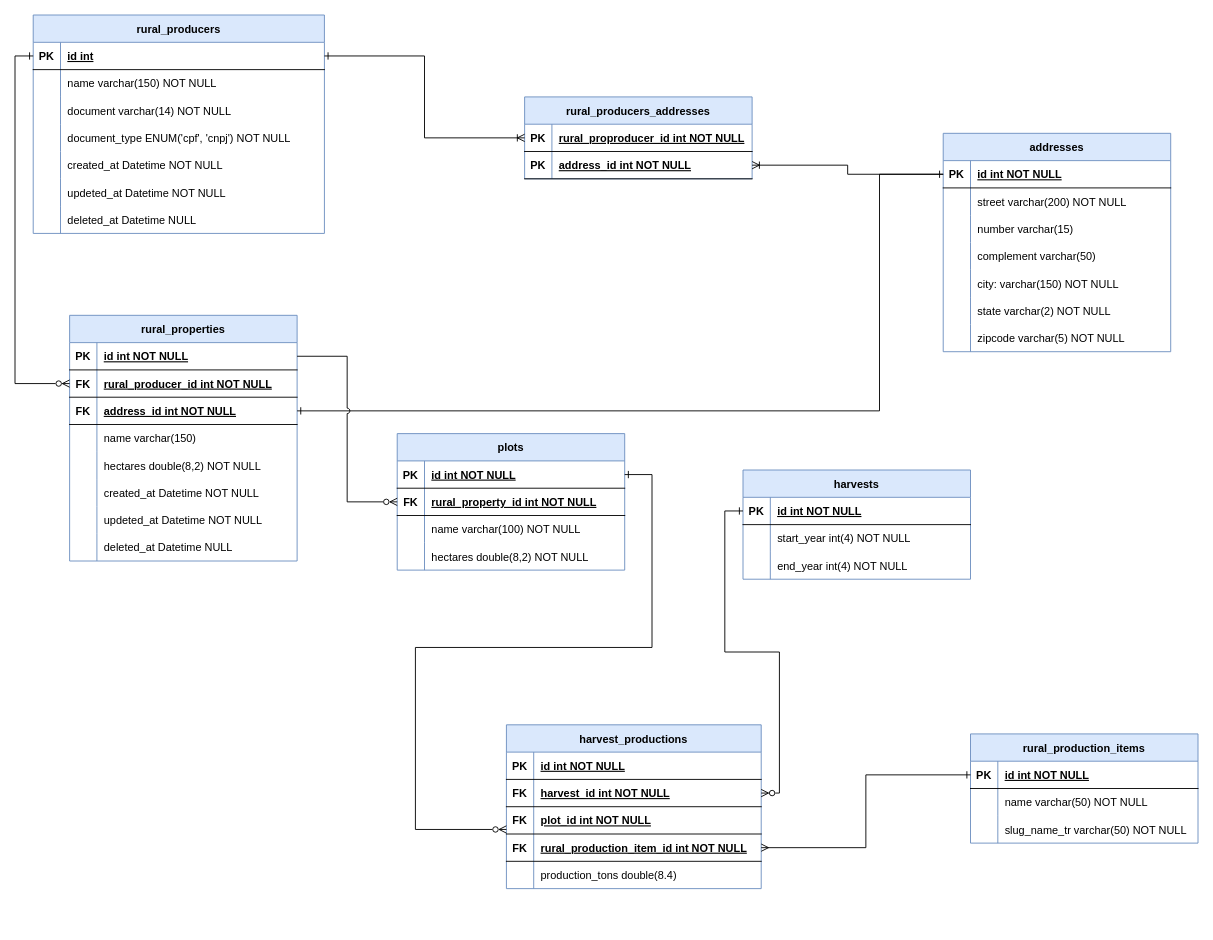
Before: Docs/diagrams.drawio in fernandohcorrea/trabalhe-conosco-verx, a draw.io diagram. Source tidied: cells renumbered, new cells numbered last; positions are measured from the earlier drawing's top-left corner, leaving out a move shared by most shapes. Both pictures are drawn from the tidied source at 91%, with x=0, y=0 at pixel (15, 15).
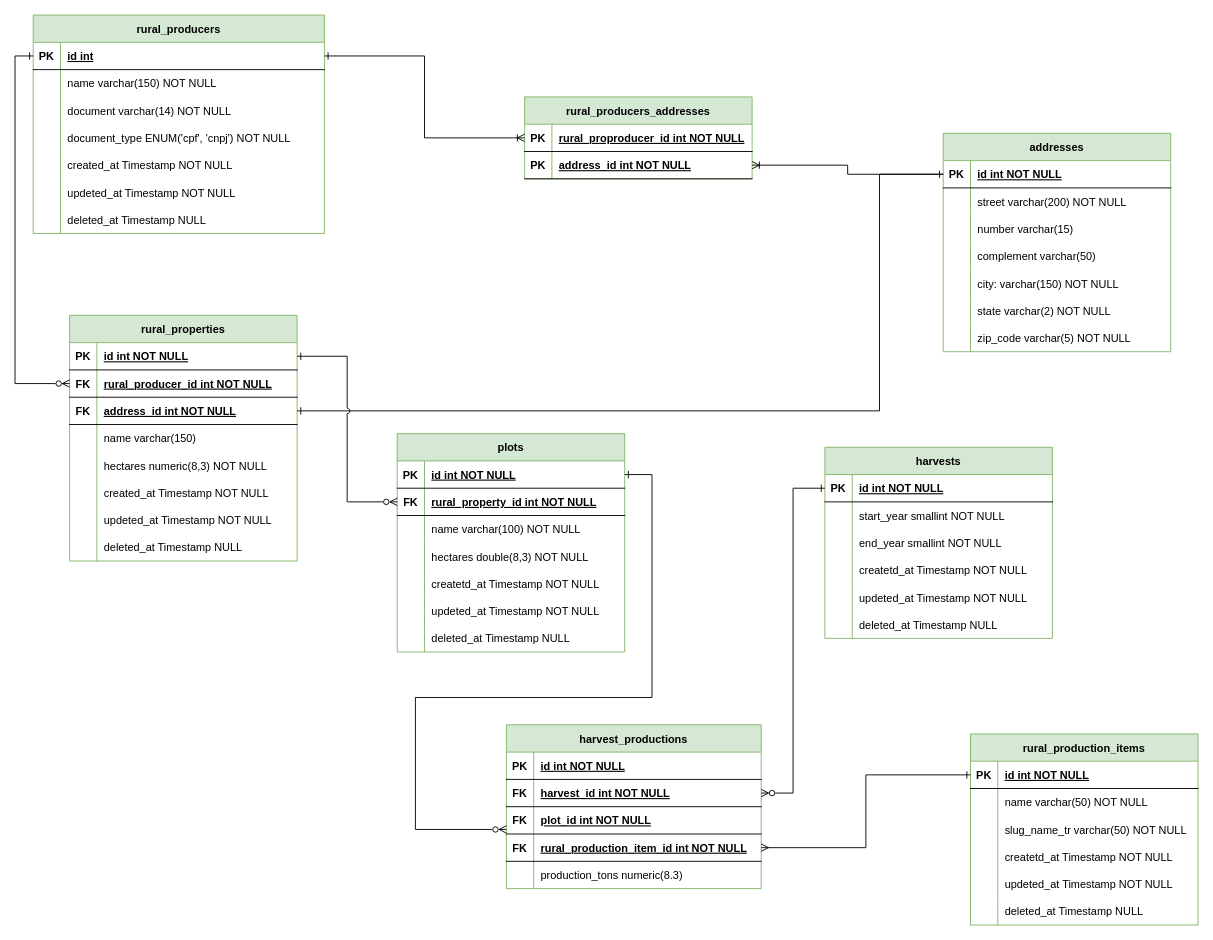
The same page after the edit.

The change refers to these unchanged cells:
```xml
<mxCell id="21" style="shape=partialRectangle;fillColor=none;top=0;left=0;right=0;bottom=0;" parent="2" vertex="1">
  <mxGeometry y="210" width="250" height="30" as="geometry" />
</mxCell>
<mxCell id="25" style="shape=partialRectangle;fillColor=none;points=[[0,0.5],[1,0.5]];portConstraint=eastwest;top=0;left=0;right=0;bottom=1;" parent="24" vertex="1">
  <mxGeometry y="30" width="250" height="30" as="geometry" />
</mxCell>
<mxCell id="37" style="shape=partialRectangle;fillColor=none;top=0;left=0;right=0;bottom=0;" parent="24" vertex="1">
  <mxGeometry y="150" width="250" height="30" as="geometry" />
</mxCell>
<mxCell id="40" style="shape=partialRectangle;fillColor=none;top=0;left=0;right=0;bottom=0;" parent="24" vertex="1">
  <mxGeometry y="180" width="250" height="30" as="geometry" />
</mxCell>
<mxCell id="43" style="shape=partialRectangle;fillColor=none;top=0;left=0;right=0;bottom=0;" parent="24" vertex="1">
  <mxGeometry y="210" width="250" height="30" as="geometry" />
</mxCell>
<mxCell id="46" style="shape=partialRectangle;fillColor=none;top=0;left=0;right=0;bottom=0;" parent="24" vertex="1">
  <mxGeometry y="240" width="250" height="30" as="geometry" />
</mxCell>
<mxCell id="62" style="shape=partialRectangle;fillColor=none;top=0;left=0;right=0;bottom=0;" parent="49" vertex="1">
  <mxGeometry y="150" width="320" height="30" as="geometry" />
</mxCell>
<mxCell id="65" style="shape=partialRectangle;fillColor=none;top=0;left=0;right=0;bottom=0;" parent="49" vertex="1">
  <mxGeometry y="180" width="320" height="30" as="geometry" />
</mxCell>
<mxCell id="68" style="shape=partialRectangle;fillColor=none;top=0;left=0;right=0;bottom=0;" parent="49" vertex="1">
  <mxGeometry y="210" width="320" height="30" as="geometry" />
</mxCell>
<mxCell id="75" style="shape=partialRectangle;fillColor=none;top=0;left=0;right=0;bottom=0;" parent="71" vertex="1">
  <mxGeometry y="60" width="250" height="30" as="geometry" />
</mxCell>
<mxCell id="78" style="shape=partialRectangle;fillColor=none;top=0;left=0;right=0;bottom=0;" parent="71" vertex="1">
  <mxGeometry y="90" width="250" height="30" as="geometry" />
</mxCell>
<mxCell id="93" style="shape=partialRectangle;fillColor=none;points=[[0,0.5],[1,0.5]];portConstraint=eastwest;top=0;left=0;right=0;bottom=1;" parent="92" vertex="1">
  <mxGeometry y="30" width="250" height="30" as="geometry" />
</mxCell>
<mxCell id="96" style="shape=partialRectangle;fillColor=none;points=[[0,0.5],[1,0.5]];portConstraint=eastwest;top=0;left=0;right=0;bottom=1;" parent="92" vertex="1">
  <mxGeometry y="60" width="250" height="30" as="geometry" />
</mxCell>
<mxCell id="102" style="shape=partialRectangle;fillColor=none;top=0;left=0;right=0;bottom=0;" parent="92" vertex="1">
  <mxGeometry y="120" width="250" height="30" as="geometry" />
</mxCell>
<mxCell id="113" style="shape=partialRectangle;fillColor=none;points=[[0,0.5],[1,0.5]];portConstraint=eastwest;top=0;left=0;right=0;bottom=1;" parent="106" vertex="1">
  <mxGeometry y="90" width="280" height="30" as="geometry" />
</mxCell>
<mxCell id="119" style="shape=partialRectangle;fillColor=none;top=0;left=0;right=0;bottom=0;" parent="106" vertex="1">
  <mxGeometry y="150" width="280" height="30" as="geometry" />
</mxCell>
```

What changed in the source:
```diff
@@
-    <mxCell id="2" value="addresses" style="shape=table;startSize=30;childLayout=tableLayout;rowLines=0;fontStyle=1;align=center;fillColor=#dae8fc;strokeColor=#6c8ebf;swimlaneFillColor=default;" parent="1" vertex="1">
+    <mxCell id="2" value="addresses" style="shape=table;startSize=30;childLayout=tableLayout;rowLines=0;fontStyle=1;align=center;fillColor=#d5e8d4;strokeColor=#82b366;swimlaneFillColor=default;" parent="1" vertex="1">
       <mxGeometry x="1020" y="130" width="250" height="240" as="geometry" />
     </mxCell>
@@
-    <mxCell id="23" value="zipcode varchar(5) NOT NULL" style="shape=partialRectangle;overflow=hidden;fillColor=none;top=0;left=0;bottom=0;right=0;align=left;spacingLeft=6;" parent="21" vertex="1">
+    <mxCell id="23" value="zip_code varchar(5) NOT NULL" style="shape=partialRectangle;overflow=hidden;fillColor=none;top=0;left=0;bottom=0;right=0;align=left;spacingLeft=6;" parent="21" vertex="1">
       <mxGeometry x="30" width="220" height="30" as="geometry" />
     </mxCell>
-    <mxCell id="24" value="rural_properties" style="shape=table;startSize=30;childLayout=tableLayout;rowLines=0;fontStyle=1;align=center;fillColor=#dae8fc;strokeColor=#6c8ebf;swimlaneFillColor=default;" parent="1" vertex="1">
+    <mxCell id="24" value="rural_properties" style="shape=table;startSize=30;childLayout=tableLayout;rowLines=0;fontStyle=1;align=center;fillColor=#d5e8d4;strokeColor=#82b366;swimlaneFillColor=default;" parent="1" vertex="1">
       <mxGeometry x="60" y="330" width="250" height="270" as="geometry" />
     </mxCell>
@@
-    <mxCell id="39" value="hectares double(8,2) NOT NULL" style="shape=partialRectangle;overflow=hidden;fillColor=none;top=0;left=0;bottom=0;right=0;align=left;spacingLeft=6;" parent="37" vertex="1">
+    <mxCell id="39" value="hectares numeric(8,3) NOT NULL" style="shape=partialRectangle;overflow=hidden;fillColor=none;top=0;left=0;bottom=0;right=0;align=left;spacingLeft=6;" parent="37" vertex="1">
       <mxGeometry x="30" width="220" height="30" as="geometry" />
     </mxCell>
@@
-    <mxCell id="42" value="created_at Datetime NOT NULL " style="shape=partialRectangle;overflow=hidden;fillColor=none;top=0;left=0;bottom=0;right=0;align=left;spacingLeft=6;" parent="40" vertex="1">
+    <mxCell id="42" value="created_at Timestamp NOT NULL " style="shape=partialRectangle;overflow=hidden;fillColor=none;top=0;left=0;bottom=0;right=0;align=left;spacingLeft=6;" parent="40" vertex="1">
       <mxGeometry x="30" width="220" height="30" as="geometry" />
     </mxCell>
@@
-    <mxCell id="45" value="updeted_at Datetime NOT NULL" style="shape=partialRectangle;overflow=hidden;fillColor=none;top=0;left=0;bottom=0;right=0;align=left;spacingLeft=6;" parent="43" vertex="1">
+    <mxCell id="45" value="updeted_at Timestamp NOT NULL" style="shape=partialRectangle;overflow=hidden;fillColor=none;top=0;left=0;bottom=0;right=0;align=left;spacingLeft=6;" parent="43" vertex="1">
       <mxGeometry x="30" width="220" height="30" as="geometry" />
     </mxCell>
@@
-    <mxCell id="48" value="deleted_at Datetime NULL" style="shape=partialRectangle;overflow=hidden;fillColor=none;top=0;left=0;bottom=0;right=0;align=left;spacingLeft=6;" parent="46" vertex="1">
+    <mxCell id="48" value="deleted_at Timestamp NULL" style="shape=partialRectangle;overflow=hidden;fillColor=none;top=0;left=0;bottom=0;right=0;align=left;spacingLeft=6;" parent="46" vertex="1">
       <mxGeometry x="30" width="220" height="30" as="geometry" />
     </mxCell>
-    <mxCell id="49" value="rural_producers" style="shape=table;startSize=30;childLayout=tableLayout;rowLines=0;fontStyle=1;align=center;fillColor=#dae8fc;strokeColor=#6c8ebf;swimlaneFillColor=default;" parent="1" vertex="1">
+    <mxCell id="49" value="rural_producers" style="shape=table;startSize=30;childLayout=tableLayout;rowLines=0;fontStyle=1;align=center;fillColor=#d5e8d4;strokeColor=#82b366;swimlaneFillColor=default;" parent="1" vertex="1">
       <mxGeometry x="20" width="320" height="240" as="geometry" />
     </mxCell>
@@
-    <mxCell id="64" value="created_at Datetime NOT NULL " style="shape=partialRectangle;overflow=hidden;fillColor=none;top=0;left=0;bottom=0;right=0;align=left;spacingLeft=6;" parent="62" vertex="1">
+    <mxCell id="64" value="created_at Timestamp NOT NULL " style="shape=partialRectangle;overflow=hidden;fillColor=none;top=0;left=0;bottom=0;right=0;align=left;spacingLeft=6;" parent="62" vertex="1">
       <mxGeometry x="30" width="290" height="30" as="geometry" />
     </mxCell>
@@
-    <mxCell id="67" value="updeted_at Datetime NOT NULL" style="shape=partialRectangle;overflow=hidden;fillColor=none;top=0;left=0;bottom=0;right=0;align=left;spacingLeft=6;" parent="65" vertex="1">
+    <mxCell id="67" value="updeted_at Timestamp NOT NULL" style="shape=partialRectangle;overflow=hidden;fillColor=none;top=0;left=0;bottom=0;right=0;align=left;spacingLeft=6;" parent="65" vertex="1">
       <mxGeometry x="30" width="290" height="30" as="geometry" />
     </mxCell>
@@
-    <mxCell id="70" value="deleted_at Datetime NULL" style="shape=partialRectangle;overflow=hidden;fillColor=none;top=0;left=0;bottom=0;right=0;align=left;spacingLeft=6;" parent="68" vertex="1">
+    <mxCell id="70" value="deleted_at Timestamp NULL" style="shape=partialRectangle;overflow=hidden;fillColor=none;top=0;left=0;bottom=0;right=0;align=left;spacingLeft=6;" parent="68" vertex="1">
       <mxGeometry x="30" width="290" height="30" as="geometry" />
     </mxCell>
-    <mxCell id="71" value="harvests" style="shape=table;startSize=30;childLayout=tableLayout;rowLines=0;fontStyle=1;align=center;fillColor=#dae8fc;strokeColor=#6c8ebf;swimlaneFillColor=default;" parent="1" vertex="1">
-      <mxGeometry x="800" y="500" width="250" height="120" as="geometry" />
+    <mxCell id="71" value="harvests" style="shape=table;startSize=30;childLayout=tableLayout;rowLines=0;fontStyle=1;align=center;fillColor=#d5e8d4;strokeColor=#82b366;swimlaneFillColor=default;" parent="1" vertex="1">
+      <mxGeometry x="890" y="475" width="250" height="210" as="geometry" />
     </mxCell>
@@
-    <mxCell id="77" value="start_year int(4) NOT NULL" style="shape=partialRectangle;overflow=hidden;fillColor=none;top=0;left=0;bottom=0;right=0;align=left;spacingLeft=6;" parent="75" vertex="1">
+    <mxCell id="77" value="start_year smallint NOT NULL" style="shape=partialRectangle;overflow=hidden;fillColor=none;top=0;left=0;bottom=0;right=0;align=left;spacingLeft=6;" parent="75" vertex="1">
       <mxGeometry x="30" width="220" height="30" as="geometry" />
     </mxCell>
@@
-    <mxCell id="80" value="end_year int(4) NOT NULL" style="shape=partialRectangle;overflow=hidden;fillColor=none;top=0;left=0;bottom=0;right=0;align=left;spacingLeft=6;" parent="78" vertex="1">
+    <mxCell id="80" value="end_year smallint NOT NULL" style="shape=partialRectangle;overflow=hidden;fillColor=none;top=0;left=0;bottom=0;right=0;align=left;spacingLeft=6;" parent="78" vertex="1">
       <mxGeometry x="30" width="220" height="30" as="geometry" />
     </mxCell>
+    <mxCell id="135" style="shape=partialRectangle;fillColor=none;top=0;left=0;right=0;bottom=0;" parent="71" vertex="1">
+      <mxGeometry y="120" width="250" height="30" as="geometry" />
+    </mxCell>
+    <mxCell id="136" style="shape=partialRectangle;overflow=hidden;fillColor=none;top=0;left=0;bottom=0;right=0;" parent="135" vertex="1">
+      <mxGeometry width="30" height="30" as="geometry" />
+    </mxCell>
+    <mxCell id="137" value="createtd_at Timestamp NOT NULL" style="shape=partialRectangle;overflow=hidden;fillColor=none;top=0;left=0;bottom=0;right=0;align=left;spacingLeft=6;" parent="135" vertex="1">
+      <mxGeometry x="30" width="220" height="30" as="geometry" />
+    </mxCell>
+    <mxCell id="138" style="shape=partialRectangle;fillColor=none;top=0;left=0;right=0;bottom=0;" parent="71" vertex="1">
+      <mxGeometry y="150" width="250" height="30" as="geometry" />
+    </mxCell>
+    <mxCell id="139" style="shape=partialRectangle;overflow=hidden;fillColor=none;top=0;left=0;bottom=0;right=0;" parent="138" vertex="1">
+      <mxGeometry width="30" height="30" as="geometry" />
+    </mxCell>
+    <mxCell id="140" value="updeted_at Timestamp NOT NULL" style="shape=partialRectangle;overflow=hidden;fillColor=none;top=0;left=0;bottom=0;right=0;align=left;spacingLeft=6;" parent="138" vertex="1">
+      <mxGeometry x="30" width="220" height="30" as="geometry" />
+    </mxCell>
+    <mxCell id="141" style="shape=partialRectangle;fillColor=none;top=0;left=0;right=0;bottom=0;" parent="71" vertex="1">
+      <mxGeometry y="180" width="250" height="30" as="geometry" />
+    </mxCell>
+    <mxCell id="142" style="shape=partialRectangle;overflow=hidden;fillColor=none;top=0;left=0;bottom=0;right=0;" parent="141" vertex="1">
+      <mxGeometry width="30" height="30" as="geometry" />
+    </mxCell>
+    <mxCell id="143" value="deleted_at Timestamp NULL" style="shape=partialRectangle;overflow=hidden;fillColor=none;top=0;left=0;bottom=0;right=0;align=left;spacingLeft=6;" parent="141" vertex="1">
+      <mxGeometry x="30" width="220" height="30" as="geometry" />
+    </mxCell>
-    <mxCell id="81" value="rural_producers_addresses" style="shape=table;startSize=30;childLayout=tableLayout;rowLines=0;fontStyle=1;align=center;fillColor=#dae8fc;strokeColor=#6c8ebf;swimlaneFillColor=default;" parent="1" vertex="1">
+    <mxCell id="81" value="rural_producers_addresses" style="shape=table;startSize=30;childLayout=tableLayout;rowLines=0;fontStyle=1;align=center;fillColor=#d5e8d4;strokeColor=#82b366;swimlaneFillColor=default;" parent="1" vertex="1">
       <mxGeometry x="560" y="90" width="250" height="90" as="geometry" />
     </mxCell>
@@
-    <mxCell id="92" value="plots" style="shape=table;startSize=30;childLayout=tableLayout;rowLines=0;fontStyle=1;align=center;fillColor=#dae8fc;strokeColor=#6c8ebf;swimlaneFillColor=default;" parent="1" vertex="1">
-      <mxGeometry x="420" y="460" width="250" height="150" as="geometry" />
+    <mxCell id="92" value="plots" style="shape=table;startSize=30;childLayout=tableLayout;rowLines=0;fontStyle=1;align=center;fillColor=#d5e8d4;strokeColor=#82b366;swimlaneFillColor=default;" parent="1" vertex="1">
+      <mxGeometry x="420" y="460" width="250" height="240" as="geometry" />
     </mxCell>
@@
-    <mxCell id="104" value="hectares double(8,2) NOT NULL" style="shape=partialRectangle;overflow=hidden;fillColor=none;top=0;left=0;bottom=0;right=0;align=left;spacingLeft=6;" parent="102" vertex="1">
+    <mxCell id="104" value="hectares double(8,3) NOT NULL" style="shape=partialRectangle;overflow=hidden;fillColor=none;top=0;left=0;bottom=0;right=0;align=left;spacingLeft=6;" parent="102" vertex="1">
       <mxGeometry x="30" width="220" height="30" as="geometry" />
     </mxCell>
+    <mxCell id="144" style="shape=partialRectangle;fillColor=none;top=0;left=0;right=0;bottom=0;" parent="92" vertex="1">
+      <mxGeometry y="150" width="250" height="30" as="geometry" />
+    </mxCell>
+    <mxCell id="145" style="shape=partialRectangle;overflow=hidden;fillColor=none;top=0;left=0;bottom=0;right=0;" parent="144" vertex="1">
+      <mxGeometry width="30" height="30" as="geometry" />
+    </mxCell>
+    <mxCell id="146" value="createtd_at Timestamp NOT NULL" style="shape=partialRectangle;overflow=hidden;fillColor=none;top=0;left=0;bottom=0;right=0;align=left;spacingLeft=6;" parent="144" vertex="1">
+      <mxGeometry x="30" width="220" height="30" as="geometry" />
+    </mxCell>
+    <mxCell id="147" style="shape=partialRectangle;fillColor=none;top=0;left=0;right=0;bottom=0;" parent="92" vertex="1">
+      <mxGeometry y="180" width="250" height="30" as="geometry" />
+    </mxCell>
+    <mxCell id="148" style="shape=partialRectangle;overflow=hidden;fillColor=none;top=0;left=0;bottom=0;right=0;" parent="147" vertex="1">
+      <mxGeometry width="30" height="30" as="geometry" />
+    </mxCell>
+    <mxCell id="149" value="updeted_at Timestamp NOT NULL" style="shape=partialRectangle;overflow=hidden;fillColor=none;top=0;left=0;bottom=0;right=0;align=left;spacingLeft=6;" parent="147" vertex="1">
+      <mxGeometry x="30" width="220" height="30" as="geometry" />
+    </mxCell>
+    <mxCell id="150" style="shape=partialRectangle;fillColor=none;top=0;left=0;right=0;bottom=0;" parent="92" vertex="1">
+      <mxGeometry y="210" width="250" height="30" as="geometry" />
+    </mxCell>
+    <mxCell id="151" style="shape=partialRectangle;overflow=hidden;fillColor=none;top=0;left=0;bottom=0;right=0;" parent="150" vertex="1">
+      <mxGeometry width="30" height="30" as="geometry" />
+    </mxCell>
+    <mxCell id="152" value="deleted_at Timestamp NULL" style="shape=partialRectangle;overflow=hidden;fillColor=none;top=0;left=0;bottom=0;right=0;align=left;spacingLeft=6;" parent="150" vertex="1">
+      <mxGeometry x="30" width="220" height="30" as="geometry" />
+    </mxCell>
-    <mxCell id="105" style="edgeStyle=orthogonalEdgeStyle;rounded=0;jettySize=auto;html=1;entryX=0;entryY=0.5;entryDx=0;entryDy=0;endArrow=ERzeroToMany;endFill=0;jumpStyle=arc;" parent="1" edge="1" source="25" target="96">
+    <mxCell id="105" style="edgeStyle=orthogonalEdgeStyle;rounded=0;jettySize=auto;html=1;entryX=0;entryY=0.5;entryDx=0;entryDy=0;endArrow=ERzeroToMany;endFill=0;jumpStyle=arc;startArrow=ERone;startFill=0;" parent="1" edge="1" source="25" target="96">
       <mxGeometry relative="1" as="geometry" />
     </mxCell>
-    <mxCell id="106" value="harvest_productions" style="shape=table;startSize=30;childLayout=tableLayout;rowLines=0;fontStyle=1;align=center;fillColor=#dae8fc;strokeColor=#6c8ebf;swimlaneFillColor=default;" parent="1" vertex="1">
+    <mxCell id="106" value="harvest_productions" style="shape=table;startSize=30;childLayout=tableLayout;rowLines=0;fontStyle=1;align=center;fillColor=#d5e8d4;strokeColor=#82b366;swimlaneFillColor=default;" parent="1" vertex="1">
       <mxGeometry x="540" y="780" width="280" height="180" as="geometry" />
     </mxCell>
@@
-    <mxCell id="121" value="production_tons double(8.4)" style="shape=partialRectangle;overflow=hidden;fillColor=none;top=0;left=0;bottom=0;right=0;align=left;spacingLeft=6;" parent="119" vertex="1">
+    <mxCell id="121" value="production_tons numeric(8.3)" style="shape=partialRectangle;overflow=hidden;fillColor=none;top=0;left=0;bottom=0;right=0;align=left;spacingLeft=6;" parent="119" vertex="1">
       <mxGeometry x="30" width="250" height="30" as="geometry" />
     </mxCell>
@@
     <mxCell id="123" style="edgeStyle=orthogonalEdgeStyle;rounded=0;jettySize=auto;html=1;endArrow=ERzeroToMany;endFill=0;startArrow=ERone;startFill=0;" parent="1" edge="1" source="93" target="113">
       <mxGeometry relative="1" as="geometry">
         <Array as="points">
           <mxPoint x="700" y="505" />
-          <mxPoint x="700" y="695" />
-          <mxPoint x="440" y="695" />
+          <mxPoint x="700" y="750" />
+          <mxPoint x="440" y="750" />
           <mxPoint x="440" y="895" />
         </Array>
       </mxGeometry>
     </mxCell>
-    <mxCell id="124" value="rural_production_items" style="shape=table;startSize=30;childLayout=tableLayout;rowLines=0;fontStyle=1;align=center;fillColor=#dae8fc;strokeColor=#6c8ebf;swimlaneFillColor=default;" parent="1" vertex="1">
-      <mxGeometry x="1050" y="790" width="250" height="120" as="geometry" />
+    <mxCell id="124" value="rural_production_items" style="shape=table;startSize=30;childLayout=tableLayout;rowLines=0;fontStyle=1;align=center;fillColor=#d5e8d4;strokeColor=#82b366;swimlaneFillColor=default;" parent="1" vertex="1">
+      <mxGeometry x="1050" y="790" width="250" height="210" as="geometry" />
     </mxCell>
@@
+    <mxCell id="153" style="shape=partialRectangle;fillColor=none;top=0;left=0;right=0;bottom=0;" parent="124" vertex="1">
+      <mxGeometry y="120" width="250" height="30" as="geometry" />
+    </mxCell>
+    <mxCell id="154" style="shape=partialRectangle;overflow=hidden;fillColor=none;top=0;left=0;bottom=0;right=0;" parent="153" vertex="1">
+      <mxGeometry width="30" height="30" as="geometry" />
+    </mxCell>
+    <mxCell id="155" value="createtd_at Timestamp NOT NULL" style="shape=partialRectangle;overflow=hidden;fillColor=none;top=0;left=0;bottom=0;right=0;align=left;spacingLeft=6;" parent="153" vertex="1">
+      <mxGeometry x="30" width="220" height="30" as="geometry" />
+    </mxCell>
+    <mxCell id="156" style="shape=partialRectangle;fillColor=none;top=0;left=0;right=0;bottom=0;" parent="124" vertex="1">
+      <mxGeometry y="150" width="250" height="30" as="geometry" />
+    </mxCell>
+    <mxCell id="157" style="shape=partialRectangle;overflow=hidden;fillColor=none;top=0;left=0;bottom=0;right=0;" parent="156" vertex="1">
+      <mxGeometry width="30" height="30" as="geometry" />
+    </mxCell>
+    <mxCell id="158" value="updeted_at Timestamp NOT NULL" style="shape=partialRectangle;overflow=hidden;fillColor=none;top=0;left=0;bottom=0;right=0;align=left;spacingLeft=6;" parent="156" vertex="1">
+      <mxGeometry x="30" width="220" height="30" as="geometry" />
+    </mxCell>
+    <mxCell id="159" style="shape=partialRectangle;fillColor=none;top=0;left=0;right=0;bottom=0;" parent="124" vertex="1">
+      <mxGeometry y="180" width="250" height="30" as="geometry" />
+    </mxCell>
+    <mxCell id="160" style="shape=partialRectangle;overflow=hidden;fillColor=none;top=0;left=0;bottom=0;right=0;" parent="159" vertex="1">
+      <mxGeometry width="30" height="30" as="geometry" />
+    </mxCell>
+    <mxCell id="161" value="deleted_at Timestamp NULL" style="shape=partialRectangle;overflow=hidden;fillColor=none;top=0;left=0;bottom=0;right=0;align=left;spacingLeft=6;" parent="159" vertex="1">
+      <mxGeometry x="30" width="220" height="30" as="geometry" />
+    </mxCell>
```
